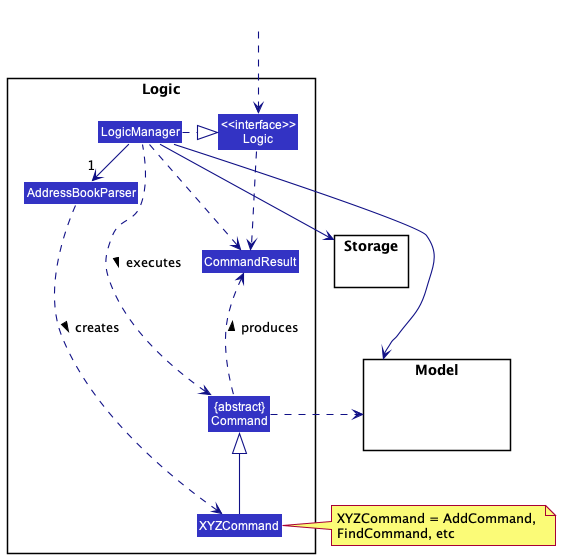
The PlantUML diagram docs/images/LogicClassDiagram.png in nus-cs2103-AY2223S2/tp, before a commit.
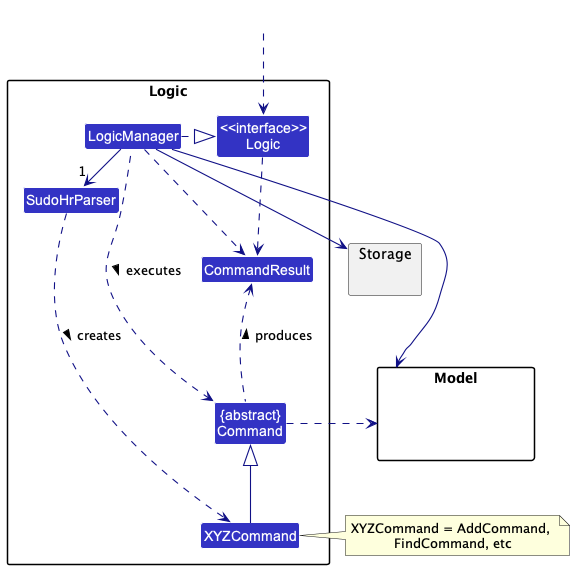
After the change.

Diff of the diagram source:
```diff
@@ -6,7 +6,7 @@
 
 package Logic {
 
-Class AddressBookParser
+Class SudoHrParser
 Class XYZCommand
 Class CommandResult
 Class "{abstract}\nCommand" as Command
@@ -27,8 +27,8 @@
 HiddenOutside ..> Logic
 
 LogicManager .right.|> Logic
-LogicManager -right->"1" AddressBookParser
-AddressBookParser ..> XYZCommand : creates >
+LogicManager -right->"1" SudoHrParser
+SudoHrParser ..> XYZCommand : creates >
 
 XYZCommand -up-|> Command
 LogicManager .left.> Command : executes >
```
